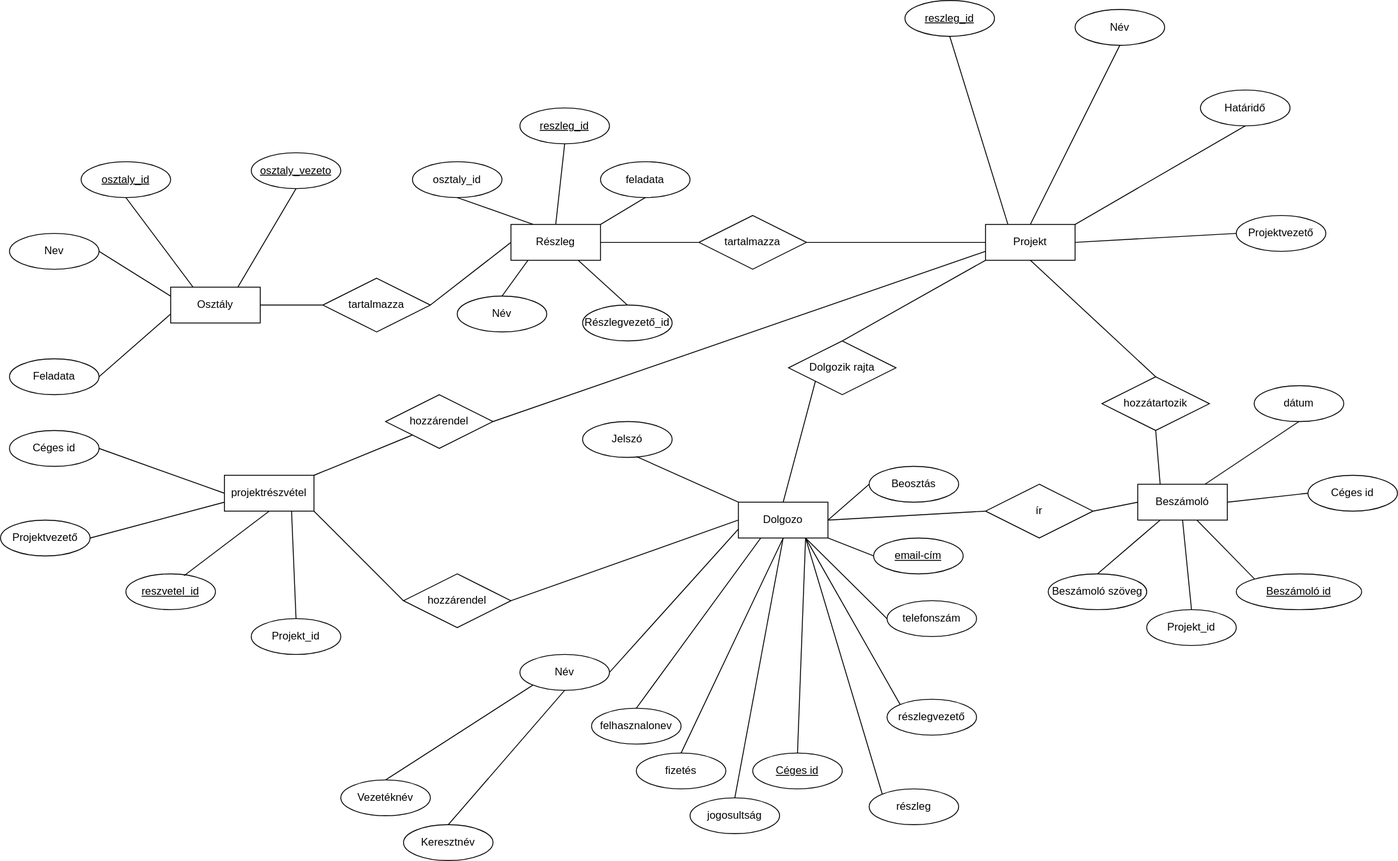
The draw.io diagram adatb.drawio.svg in Alfonz33/adatbazis-projektmunka, before a commit. Source tidied: cells renumbered, new cells last; positions are measured from the earlier drawing's top-left corner, leaving out a move shared by most shapes.
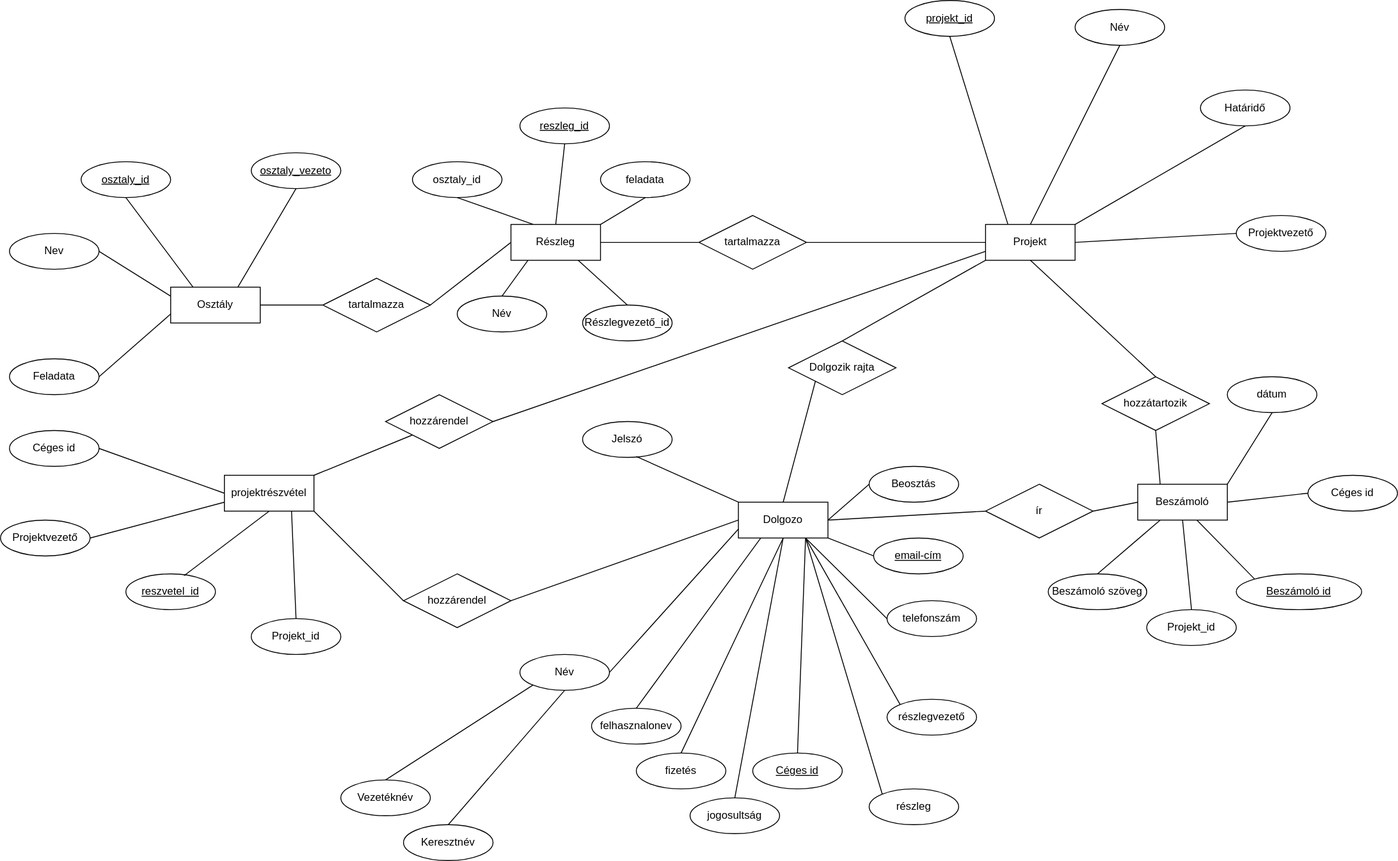
The same file after the commit.

The edit, as a diff of the source:
```diff
@@ -134,7 +134,7 @@
     <mxCell id="45" style="endArrow=none;html=1;rounded=0;exitX=1;exitY=0;exitDx=0;exitDy=0;entryX=0.5;entryY=1;entryDx=0;entryDy=0;" parent="1" edge="1" source="8" target="17">
       <mxGeometry relative="1" as="geometry" />
     </mxCell>
-    <mxCell id="46" value="reszleg_id" style="ellipse;whiteSpace=wrap;html=1;align=center;fontStyle=4;" parent="1" vertex="1">
+    <mxCell id="46" value="projekt_id" style="ellipse;whiteSpace=wrap;html=1;align=center;fontStyle=4;" parent="1" vertex="1">
       <mxGeometry x="1010" width="100" height="40" as="geometry" />
     </mxCell>
     <mxCell id="47" style="endArrow=none;html=1;rounded=0;exitX=0.5;exitY=1;exitDx=0;exitDy=0;entryX=0.25;entryY=0;entryDx=0;entryDy=0;" parent="1" edge="1" source="46" target="8">
@@ -294,9 +294,9 @@
       <mxGeometry relative="1" as="geometry" />
     </mxCell>
     <mxCell id="99" value="dátum" style="ellipse;whiteSpace=wrap;html=1;align=center;" parent="1" vertex="1">
-      <mxGeometry x="1400" y="430" width="100" height="40" as="geometry" />
+      <mxGeometry x="1370" y="420" width="100" height="40" as="geometry" />
     </mxCell>
-    <mxCell id="100" style="endArrow=none;html=1;rounded=0;exitX=0.75;exitY=0;exitDx=0;exitDy=0;entryX=0.5;entryY=1;entryDx=0;entryDy=0;" parent="1" edge="1" source="3" target="99">
+    <mxCell id="100" style="endArrow=none;html=1;rounded=0;exitX=1;exitY=0;exitDx=0;exitDy=0;entryX=0.5;entryY=1;entryDx=0;entryDy=0;" parent="1" edge="1" source="3" target="99">
       <mxGeometry relative="1" as="geometry" />
     </mxCell>
   </root>
```
